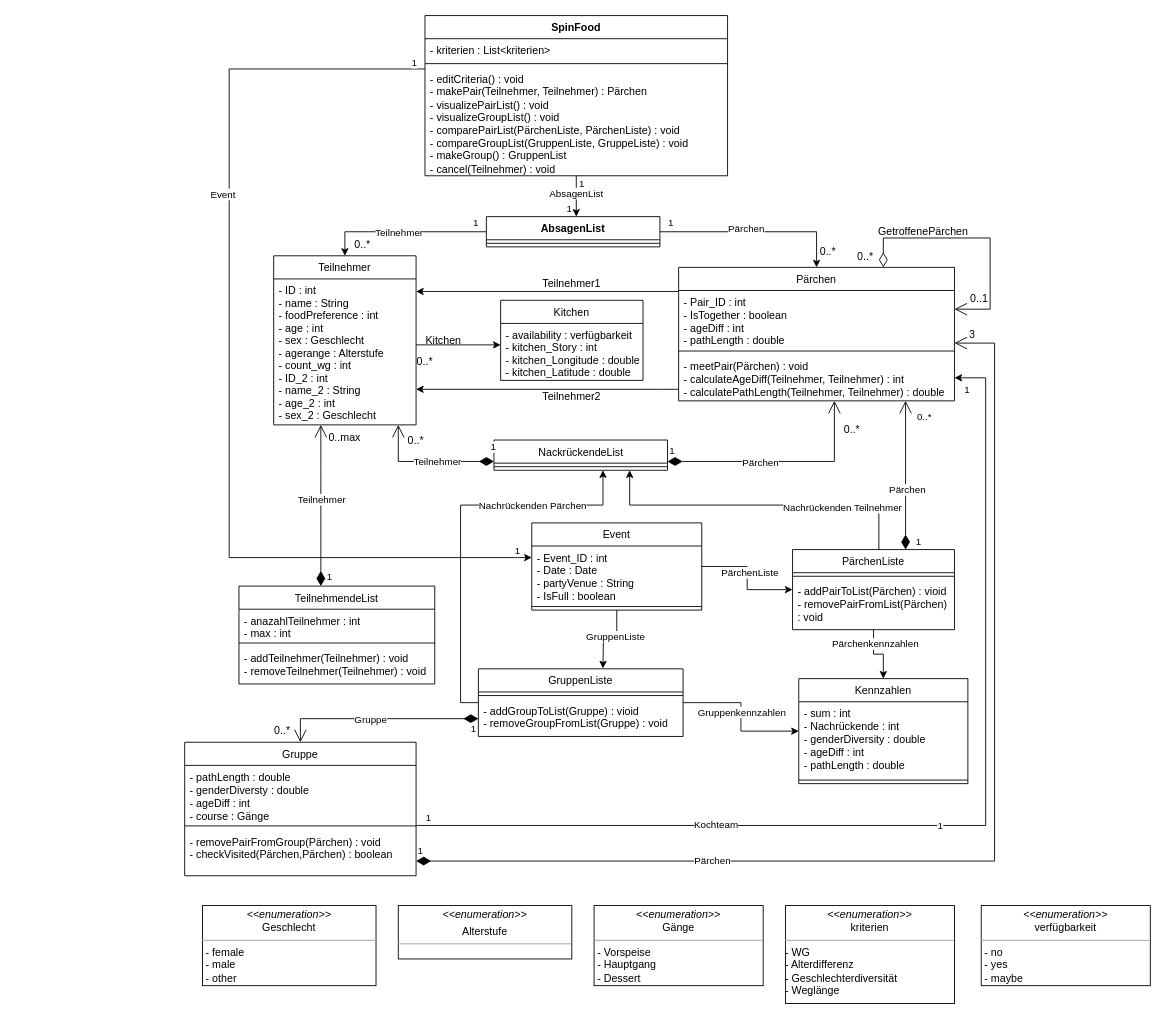
This is Dokumentation/ClassDiagram.drawio from Hiro1023/Spinfood_project, a draw.io file, before an edit. Source tidied: cells renumbered, new cells numbered last; positions are measured from the earlier drawing's top-left corner, leaving out a move shared by most shapes. Both pictures are drawn from the tidied source at 89%, with x=0, y=0 at pixel (184, 15).
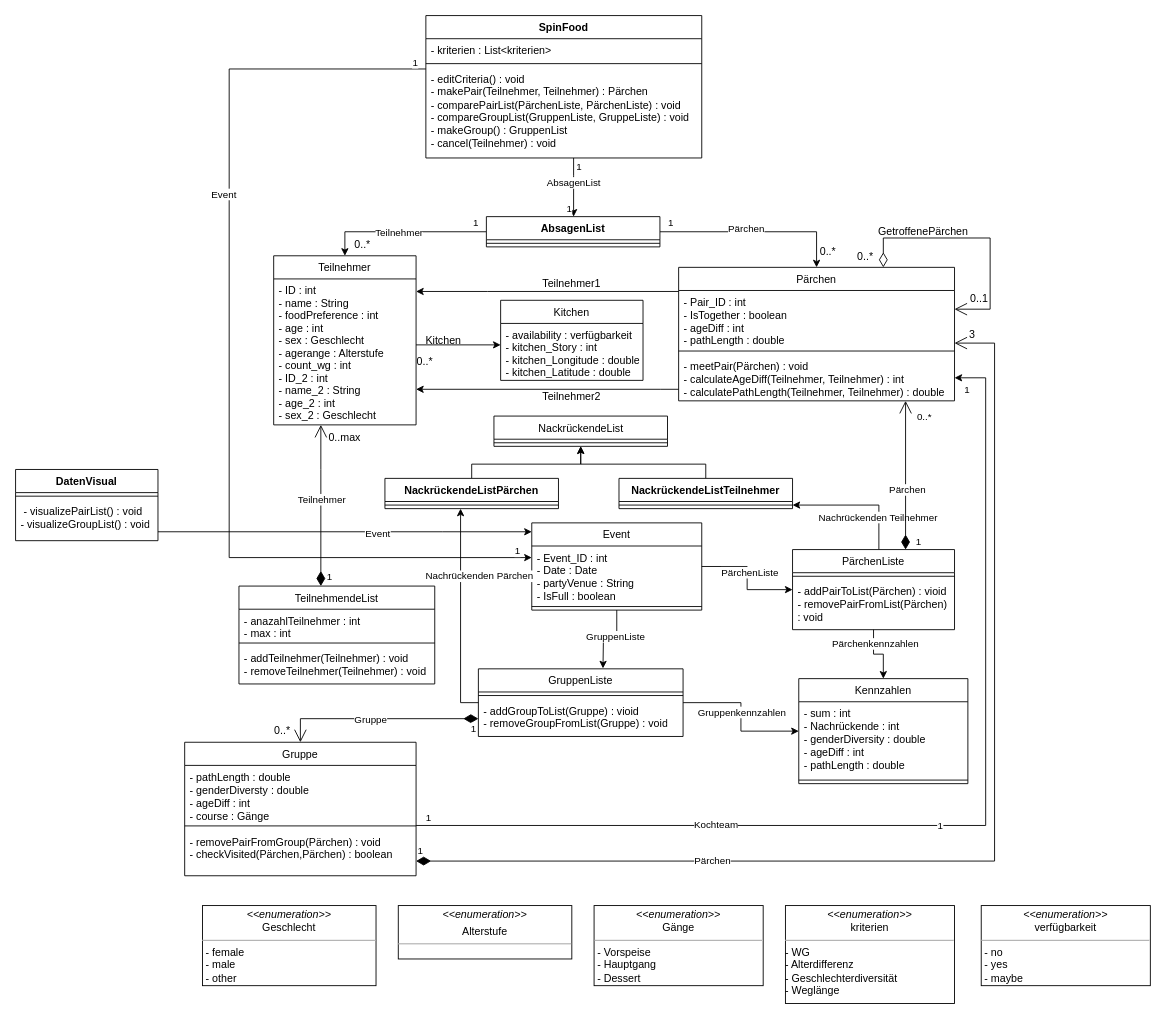
Above is the later version.

Commit message:
class diagram

Unchanged cells that the change refers to:
```xml
<mxCell id="2" value="Teilnehmer" style="swimlane;fontStyle=0;align=center;verticalAlign=top;horizontal=1;startSize=26;rounded=0;shadow=0;strokeWidth=1;" parent="1" vertex="1">
  <mxGeometry x="100" y="269.9" width="160" height="190" as="geometry" />
</mxCell>
<mxCell id="11" value="&lt;span style=&quot;font-weight: normal;&quot;&gt;Pärchen&lt;/span&gt;" style="swimlane;fontStyle=1;align=center;verticalAlign=top;horizontal=1;startSize=26;whiteSpace=wrap;html=1;" parent="1" vertex="1">
  <mxGeometry x="555" y="282.9" width="310" height="150" as="geometry" />
</mxCell>
<mxCell id="19" value="&lt;span style=&quot;font-weight: normal;&quot;&gt;PärchenListe&lt;/span&gt;" style="swimlane;fontStyle=1;align=center;verticalAlign=top;horizontal=1;startSize=26;whiteSpace=wrap;html=1;" parent="1" vertex="1">
  <mxGeometry x="683" y="600" width="182" height="90" as="geometry" />
</mxCell>
<mxCell id="26" value="&lt;span style=&quot;font-weight: 400;&quot;&gt;Event&lt;/span&gt;" style="swimlane;fontStyle=1;align=center;verticalAlign=top;horizontal=1;startSize=26;whiteSpace=wrap;html=1;" parent="1" vertex="1">
  <mxGeometry x="390" y="570" width="191" height="98" as="geometry" />
</mxCell>
<mxCell id="46" value="&lt;span style=&quot;font-weight: normal;&quot;&gt;GruppenListe&lt;/span&gt;" style="swimlane;fontStyle=1;align=center;verticalAlign=top;horizontal=1;startSize=26;whiteSpace=wrap;html=1;" parent="1" vertex="1">
  <mxGeometry x="330" y="734" width="230" height="76" as="geometry" />
</mxCell>
<mxCell id="94" value="AbsagenList" style="swimlane;fontStyle=1;align=center;verticalAlign=top;horizontal=1;startSize=26;whiteSpace=wrap;html=1;" parent="1" vertex="1">
  <mxGeometry x="339" y="225.9" width="195" height="34" as="geometry" />
</mxCell>
```

Change to the diagram source:
```diff
@@
-    <mxCell id="15" style="edgeStyle=orthogonalEdgeStyle;rounded=0;jettySize=auto;html=1;" parent="1" edge="1" source="19" target="29">
+    <mxCell id="15" style="edgeStyle=orthogonalEdgeStyle;rounded=0;jettySize=auto;html=1;" parent="1" edge="1" source="19" target="109">
       <mxGeometry relative="1" as="geometry">
         <Array as="points">
           <mxPoint x="780" y="550" />
-          <mxPoint x="500" y="550" />
+          <mxPoint x="620" y="550" />
         </Array>
       </mxGeometry>
     </mxCell>
@@
     <mxCell id="29" value="&lt;span style=&quot;font-weight: normal;&quot;&gt;NackrückendeList&lt;/span&gt;" style="swimlane;fontStyle=1;align=center;verticalAlign=top;horizontal=1;startSize=26;whiteSpace=wrap;html=1;" parent="1" vertex="1">
-      <mxGeometry x="347.5" y="476.9" width="195" height="34" as="geometry" />
+      <mxGeometry x="347.5" y="450" width="195" height="34" as="geometry" />
     </mxCell>
@@
-    <mxCell id="42" style="edgeStyle=orthogonalEdgeStyle;rounded=0;jettySize=auto;html=1;" parent="1" edge="1" source="46" target="29">
+    <mxCell id="42" style="edgeStyle=orthogonalEdgeStyle;rounded=0;jettySize=auto;html=1;" parent="1" edge="1" source="46" target="106">
       <mxGeometry relative="1" as="geometry">
         <Array as="points">
           <mxPoint x="310" y="772" />
           <mxPoint x="310" y="550" />
-          <mxPoint x="470" y="550" />
+          <mxPoint x="350" y="550" />
         </Array>
       </mxGeometry>
     </mxCell>
@@
-    <mxCell id="62" value="1" style="endArrow=open;html=1;endSize=12;startArrow=diamondThin;startSize=14;startFill=1;edgeStyle=orthogonalEdgeStyle;align=left;verticalAlign=bottom;rounded=0;" parent="1" edge="1" source="29" target="11">
-      <mxGeometry x="-1" y="3" relative="1" as="geometry">
-        <Array as="points">
-          <mxPoint x="730" y="501" />
-        </Array>
-      </mxGeometry>
-    </mxCell>
-    <mxCell id="63" value="Pärchen" style="edgeLabel;html=1;align=center;verticalAlign=middle;" parent="62" vertex="1">
-      <mxGeometry x="-0.19" y="-1" relative="1" as="geometry" />
-    </mxCell>
-    <mxCell id="64" value="1" style="endArrow=open;html=1;endSize=12;startArrow=diamondThin;startSize=14;startFill=1;edgeStyle=orthogonalEdgeStyle;align=left;verticalAlign=bottom;rounded=0;" parent="1" edge="1" source="29" target="2">
-      <mxGeometry x="-0.92" y="-7" relative="1" as="geometry">
-        <Array as="points">
-          <mxPoint x="240" y="501" />
-        </Array>
-      </mxGeometry>
-    </mxCell>
-    <mxCell id="65" value="Teilnehmer" style="edgeLabel;html=1;align=center;verticalAlign=middle;" parent="64" vertex="1">
-      <mxGeometry x="-0.14" relative="1" as="geometry" />
-    </mxCell>
-    <mxCell id="66" value="0..*" style="text;html=1;strokeColor=none;fillColor=none;align=center;verticalAlign=middle;whiteSpace=wrap;rounded=0;" parent="1" vertex="1">
-      <mxGeometry x="250" y="476.9" width="20" height="3" as="geometry" />
-    </mxCell>
@@
-    <mxCell id="69" value="0..*" style="text;html=1;strokeColor=none;fillColor=none;align=center;verticalAlign=middle;whiteSpace=wrap;rounded=0;" parent="1" vertex="1">
-      <mxGeometry x="740" y="452.9" width="20" height="24" as="geometry" />
-    </mxCell>
@@
-    <mxCell id="81" style="edgeStyle=orthogonalEdgeStyle;rounded=0;jettySize=auto;html=1;" parent="1" edge="1" target="94">
+    <mxCell id="81" style="edgeStyle=orthogonalEdgeStyle;rounded=0;jettySize=auto;html=1;" parent="1" edge="1" source="84" target="94">
       <mxGeometry relative="1" as="geometry">
-        <mxPoint x="440" y="180" as="sourcePoint" />
         <Array as="points">
-          <mxPoint x="440" y="200" />
-          <mxPoint x="440" y="200" />
+          <mxPoint x="437" y="180" />
+          <mxPoint x="437" y="180" />
         </Array>
       </mxGeometry>
     </mxCell>
@@
     <mxCell id="84" value="&lt;div&gt;SpinFood&lt;/div&gt;&lt;div&gt;&lt;br&gt;&lt;/div&gt;" style="swimlane;fontStyle=1;align=center;verticalAlign=top;horizontal=1;startSize=26;whiteSpace=wrap;html=1;" parent="1" vertex="1">
-      <mxGeometry x="270" width="340" height="180" as="geometry" />
+      <mxGeometry x="271" width="310" height="160" as="geometry" />
     </mxCell>
     <mxCell id="85" value="&lt;div&gt;- kriterien : List&amp;lt;kriterien&amp;gt;&lt;/div&gt;&lt;div&gt;&lt;br&gt;&lt;/div&gt;" style="text;strokeColor=none;fillColor=none;align=left;verticalAlign=top;spacingLeft=4;spacingRight=4;overflow=hidden;whiteSpace=wrap;html=1;" parent="84" vertex="1">
-      <mxGeometry y="26" width="340" height="24" as="geometry" />
+      <mxGeometry y="26" width="310" height="24" as="geometry" />
     </mxCell>
     <mxCell id="86" style="line;strokeWidth=1;fillColor=none;align=left;verticalAlign=middle;spacingTop=-1;spacingLeft=3;spacingRight=3;labelPosition=right;strokeColor=inherit;" parent="84" vertex="1">
-      <mxGeometry y="50" width="340" height="8" as="geometry" />
+      <mxGeometry y="50" width="310" height="8" as="geometry" />
     </mxCell>
-    <mxCell id="87" value="&lt;div&gt;- editCriteria() : void&lt;/div&gt;- makePair(Teilnehmer, Teilnehmer) : Pärchen &lt;br&gt;&lt;div&gt;- visualizePairList() : void&lt;/div&gt;- visualizeGroupList() : void&lt;br&gt;- comparePairList(PärchenListe, PärchenListe) : void&amp;nbsp;&lt;br&gt;&lt;div&gt;- compareGroupList(GruppenListe, GruppeListe) : void&lt;/div&gt;&lt;div&gt;- makeGroup() : GruppenList&lt;br&gt;&lt;/div&gt;&lt;div&gt;- cancel(Teilnehmer) : void&lt;br&gt;&lt;/div&gt;" style="text;strokeColor=none;fillColor=none;align=left;verticalAlign=top;spacingLeft=4;spacingRight=4;overflow=hidden;whiteSpace=wrap;html=1;" parent="84" vertex="1">
-      <mxGeometry y="58" width="340" height="122" as="geometry" />
+    <mxCell id="87" value="&lt;div&gt;- editCriteria() : void&lt;/div&gt;- makePair(Teilnehmer, Teilnehmer) : Pärchen &lt;br&gt;- comparePairList(PärchenListe, PärchenListe) : void&amp;nbsp;&lt;br&gt;&lt;div&gt;- compareGroupList(GruppenListe, GruppeListe) : void&lt;/div&gt;&lt;div&gt;- makeGroup() : GruppenList&lt;br&gt;&lt;/div&gt;&lt;div&gt;- cancel(Teilnehmer) : void&lt;br&gt;&lt;/div&gt;" style="text;strokeColor=none;fillColor=none;align=left;verticalAlign=top;spacingLeft=4;spacingRight=4;overflow=hidden;whiteSpace=wrap;html=1;" parent="84" vertex="1">
+      <mxGeometry y="58" width="310" height="102" as="geometry" />
     </mxCell>
@@
+    <mxCell id="105" style="edgeStyle=orthogonalEdgeStyle;rounded=0;jettySize=auto;html=1;" parent="1" edge="1" source="106" target="29">
+      <mxGeometry relative="1" as="geometry">
+        <Array as="points">
+          <mxPoint x="323" y="504" />
+          <mxPoint x="445" y="504" />
+        </Array>
+      </mxGeometry>
+    </mxCell>
+    <mxCell id="106" value="NackrückendeListPärchen" style="swimlane;fontStyle=1;align=center;verticalAlign=top;horizontal=1;startSize=26;whiteSpace=wrap;html=1;" parent="1" vertex="1">
+      <mxGeometry x="225" y="520" width="195" height="34" as="geometry" />
+    </mxCell>
+    <mxCell id="107" style="line;strokeWidth=1;fillColor=none;align=left;verticalAlign=middle;spacingTop=-1;spacingLeft=3;spacingRight=3;labelPosition=right;strokeColor=inherit;" parent="106" vertex="1">
+      <mxGeometry y="26" width="195" height="8" as="geometry" />
+    </mxCell>
+    <mxCell id="108" style="edgeStyle=orthogonalEdgeStyle;rounded=0;jettySize=auto;html=1;" parent="1" edge="1" source="109" target="29">
+      <mxGeometry relative="1" as="geometry">
+        <Array as="points">
+          <mxPoint x="586" y="504" />
+          <mxPoint x="445" y="504" />
+        </Array>
+      </mxGeometry>
+    </mxCell>
+    <mxCell id="109" value="NackrückendeListTeilnehmer" style="swimlane;fontStyle=1;align=center;verticalAlign=top;horizontal=1;startSize=26;whiteSpace=wrap;html=1;" parent="1" vertex="1">
+      <mxGeometry x="488" y="520" width="195" height="34" as="geometry" />
+    </mxCell>
+    <mxCell id="110" style="line;strokeWidth=1;fillColor=none;align=left;verticalAlign=middle;spacingTop=-1;spacingLeft=3;spacingRight=3;labelPosition=right;strokeColor=inherit;" parent="109" vertex="1">
+      <mxGeometry y="26" width="195" height="8" as="geometry" />
+    </mxCell>
+    <mxCell id="111" style="edgeStyle=orthogonalEdgeStyle;rounded=0;jettySize=auto;html=1;" parent="1" edge="1" source="113" target="26">
+      <mxGeometry relative="1" as="geometry">
+        <Array as="points">
+          <mxPoint x="290" y="580" />
+          <mxPoint x="290" y="580" />
+        </Array>
+      </mxGeometry>
+    </mxCell>
+    <mxCell id="112" value="Event" style="edgeLabel;html=1;align=center;verticalAlign=middle;" parent="111" vertex="1">
+      <mxGeometry x="0.17" y="-1" relative="1" as="geometry" />
+    </mxCell>
+    <mxCell id="113" value="DatenVisual" style="swimlane;fontStyle=1;align=center;verticalAlign=top;horizontal=1;startSize=26;whiteSpace=wrap;html=1;" parent="1" vertex="1">
+      <mxGeometry x="-190" y="510" width="160" height="80" as="geometry" />
+    </mxCell>
+    <mxCell id="114" style="line;strokeWidth=1;fillColor=none;align=left;verticalAlign=middle;spacingTop=-1;spacingLeft=3;spacingRight=3;labelPosition=right;strokeColor=inherit;" parent="113" vertex="1">
+      <mxGeometry y="26" width="160" height="8" as="geometry" />
+    </mxCell>
+    <mxCell id="115" value="&lt;div&gt;&amp;nbsp;- visualizePairList() : void&lt;/div&gt;&lt;div&gt;- visualizeGroupList() : void&lt;/div&gt;" style="text;strokeColor=none;fillColor=none;align=left;verticalAlign=top;spacingLeft=4;spacingRight=4;overflow=hidden;whiteSpace=wrap;html=1;" parent="113" vertex="1">
+      <mxGeometry y="34" width="160" height="46" as="geometry" />
+    </mxCell>
```
